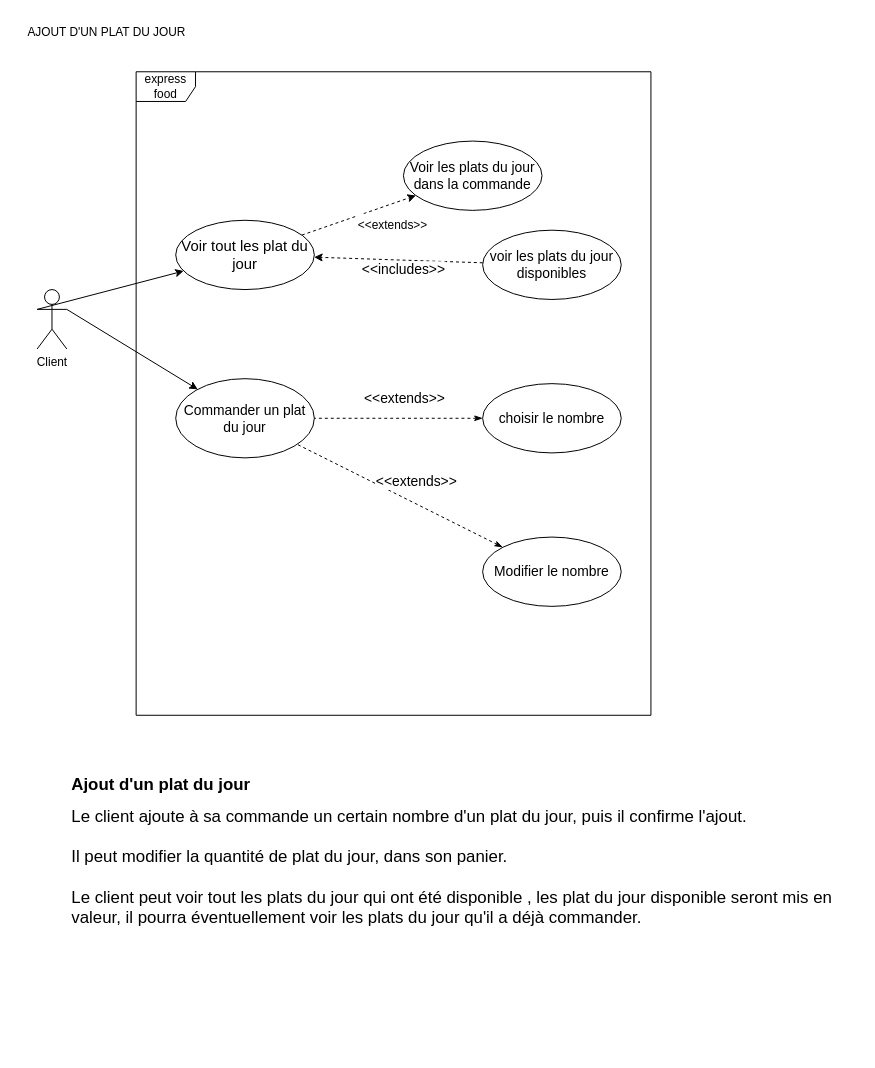
The draw.io diagram page "ajouter plat du jour" (3 of 4) of main_use_case.drawio in sebastien-deren/projet_4, before the edit. Source tidied: cells renumbered, new cells numbered last; positions are measured from the earlier drawing's top-left corner, leaving out a move shared by most shapes. Both pictures are drawn from the tidied source at 99%, with x=0, y=0 at pixel (17, 17).
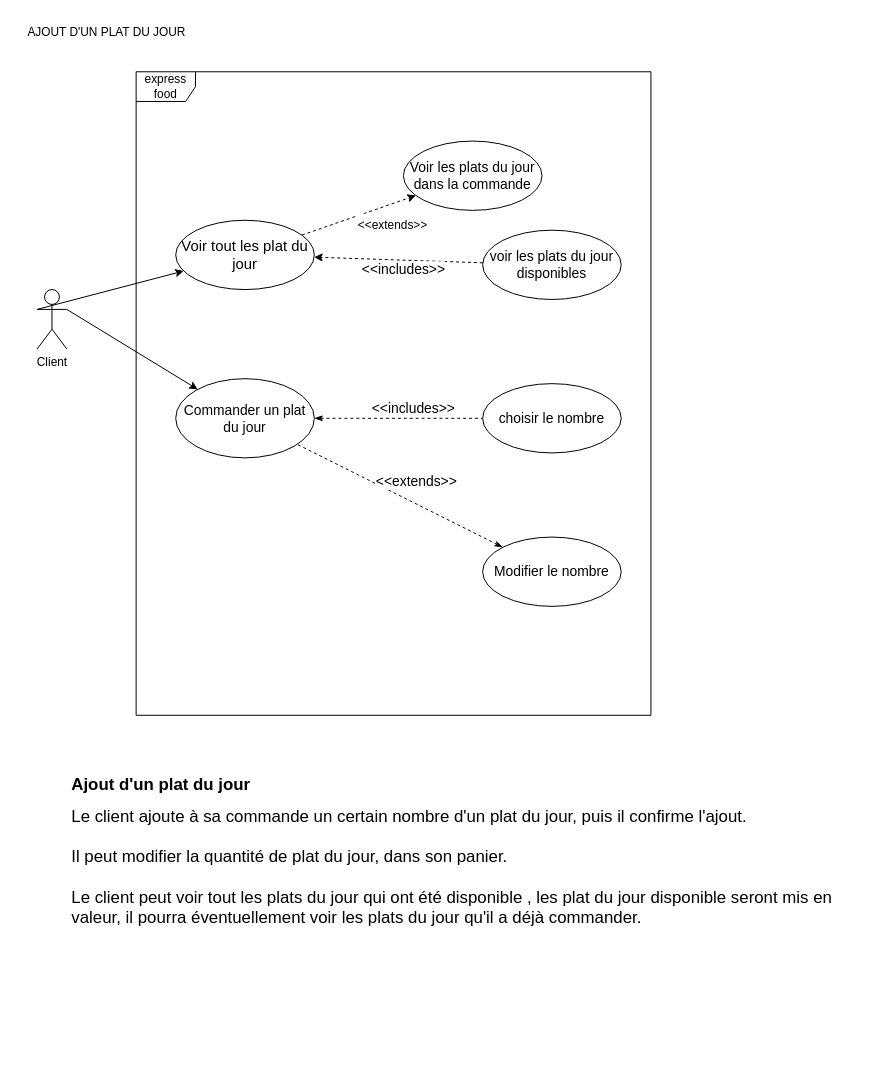
The same page after the edit.

Commit message:
Mettre à jour main_use_case.drawio

The edit, as a diff of the source:
```diff
@@
 <mxGraphModel>
   <root>
     <mxCell id="0" />
     <mxCell id="1" parent="0" />
     <mxCell id="2" value="express food" style="shape=umlFrame;whiteSpace=wrap;html=1;" parent="1" vertex="1">
       <mxGeometry x="120" y="55" width="520" height="650" as="geometry" />
     </mxCell>
     <mxCell id="3" value="AJOUT D'UN PLAT DU JOUR" style="text;html=1;align=center;verticalAlign=middle;strokeColor=none;fillColor=none;" parent="1" vertex="1">
       <mxGeometry width="180" height="30" as="geometry" />
     </mxCell>
     <mxCell id="4" value="Voir les plats du jour dans la commande" style="ellipse;whiteSpace=wrap;html=1;fontSize=14;" parent="1" vertex="1">
       <mxGeometry x="390" y="125" width="140" height="70" as="geometry" />
     </mxCell>
     <mxCell id="5" value="Client" style="shape=umlActor;verticalLabelPosition=bottom;verticalAlign=top;html=1;" parent="1" vertex="1">
       <mxGeometry x="20" y="275" width="30" height="60" as="geometry" />
     </mxCell>
     <mxCell id="6" value="Voir tout les plat du jour" style="ellipse;whiteSpace=wrap;html=1;fontSize=15;" parent="1" vertex="1">
       <mxGeometry x="160" y="205" width="140" height="70" as="geometry" />
     </mxCell>
     <mxCell id="7" style="endArrow=none;endFill=0;endSize=12;html=1;rounded=0;entryX=0;entryY=0.3333333333333333;entryDx=0;entryDy=0;entryPerimeter=0;startArrow=classic;startFill=1;" parent="1" edge="1" source="6" target="5">
       <mxGeometry relative="1" as="geometry" />
     </mxCell>
     <mxCell id="8" style="endArrow=classic;html=1;rounded=0;fontSize=16;dashed=1;endFill=1;" parent="1" edge="1" source="6" target="4">
       <mxGeometry relative="1" as="geometry" />
     </mxCell>
     <mxCell id="9" value="&lt;font style=&quot;font-size: 12px;&quot;&gt;&amp;lt;&amp;lt;extends&amp;gt;&amp;gt;&lt;/font&gt;" style="edgeLabel;html=1;align=center;verticalAlign=middle;fontSize=16;" parent="8" vertex="1">
       <mxGeometry x="0.31" y="1" relative="1" as="geometry">
         <mxPoint x="16" y="15" as="offset" />
       </mxGeometry>
     </mxCell>
     <mxCell id="10" value="Commander un plat du jour" style="ellipse;whiteSpace=wrap;html=1;fontSize=14;" parent="1" vertex="1">
       <mxGeometry x="160" y="365" width="140" height="80" as="geometry" />
     </mxCell>
     <mxCell id="11" style="endArrow=classic;html=1;rounded=0;fontSize=14;exitX=1;exitY=0.3333333333333333;exitDx=0;exitDy=0;exitPerimeter=0;" parent="1" edge="1" source="5" target="10">
       <mxGeometry relative="1" as="geometry" />
     </mxCell>
     <mxCell id="12" value="choisir le nombre" style="ellipse;whiteSpace=wrap;html=1;fontSize=14;" parent="1" vertex="1">
       <mxGeometry x="470" y="370" width="140" height="70" as="geometry" />
     </mxCell>
-    <mxCell id="13" value="&amp;lt;&amp;lt;extends&amp;gt;&amp;gt;" style="endArrow=none;html=1;rounded=0;fontSize=14;startArrow=classicThin;startFill=1;endFill=0;dashed=1;" parent="1" edge="1" source="12" target="10">
-      <mxGeometry x="-0.07" y="-20" relative="1" as="geometry" />
+    <mxCell id="13" value="&amp;lt;&amp;lt;includes&amp;gt;&amp;gt;" style="endArrow=none;html=1;rounded=0;fontSize=14;startArrow=classicThin;startFill=1;endFill=0;dashed=1;" parent="1" edge="1" source="10" target="12">
+      <mxGeometry x="0.18" y="10" relative="1" as="geometry" />
     </mxCell>
     <mxCell id="14" value="Modifier le nombre" style="ellipse;whiteSpace=wrap;html=1;fontSize=14;" parent="1" vertex="1">
       <mxGeometry x="470" y="525" width="140" height="70" as="geometry" />
     </mxCell>
     <mxCell id="15" value="&amp;lt;&amp;lt;extends&amp;gt;&amp;gt;" style="endArrow=none;html=1;rounded=0;fontSize=14;startArrow=classicThin;startFill=1;endFill=0;dashed=1;" parent="1" edge="1" source="14" target="10">
       <mxGeometry x="-0.07" y="-20" relative="1" as="geometry" />
     </mxCell>
     <mxCell id="16" value="voir les plats du jour disponibles" style="ellipse;whiteSpace=wrap;html=1;fontSize=14;" parent="1" vertex="1">
       <mxGeometry x="470" y="215" width="140" height="70" as="geometry" />
     </mxCell>
     <mxCell id="17" value="&amp;lt;&amp;lt;includes&amp;gt;&amp;gt;" style="endArrow=classic;html=1;rounded=0;dashed=1;fontSize=14;" parent="1" edge="1" source="16" target="6">
       <mxGeometry x="-0.06" y="10" relative="1" as="geometry" />
     </mxCell>
     <mxCell id="18" value="&lt;h1 style=&quot;font-size: 17px;&quot;&gt;Ajout d'un plat du jour&lt;/h1&gt;&lt;div style=&quot;font-size: 17px;&quot;&gt;Le client ajoute à sa commande un certain nombre d'un plat du jour, puis il confirme l'ajout.&lt;/div&gt;&lt;div style=&quot;font-size: 17px;&quot;&gt;&lt;br style=&quot;font-size: 17px;&quot;&gt;&lt;/div&gt;&lt;div style=&quot;font-size: 17px;&quot;&gt;Il peut modifier la quantité de plat du jour, dans son panier.&lt;/div&gt;&lt;div style=&quot;font-size: 17px;&quot;&gt;&lt;br&gt;&lt;/div&gt;&lt;div style=&quot;font-size: 17px;&quot;&gt;Le client peut voir tout les plats du jour qui ont été disponible , les plat du jour disponible seront mis en valeur, il pourra éventuellement voir les plats du jour qu'il a déjà commander.&lt;/div&gt;&lt;div style=&quot;font-size: 17px;&quot;&gt;&lt;br style=&quot;font-size: 17px;&quot;&gt;&lt;/div&gt;&lt;div style=&quot;font-size: 17px;&quot;&gt;&lt;br style=&quot;font-size: 17px;&quot;&gt;&lt;/div&gt;&lt;div style=&quot;font-size: 17px;&quot;&gt;&lt;br style=&quot;font-size: 17px;&quot;&gt;&lt;/div&gt;&lt;div style=&quot;font-size: 17px;&quot;&gt;&lt;br style=&quot;font-size: 17px;&quot;&gt;&lt;/div&gt;" style="text;html=1;strokeColor=none;fillColor=none;spacing=5;spacingTop=-20;whiteSpace=wrap;overflow=hidden;rounded=0;fontSize=17;" parent="1" vertex="1">
       <mxGeometry x="50" y="765" width="800" height="280" as="geometry" />
     </mxCell>
   </root>
 </mxGraphModel>
```
